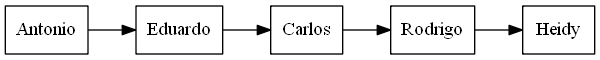
Above: imagenes/postorden.png in RoberttHernan/EDD_1S2020_PY1_201700870 (Graphviz), before the change. Its source is kept beside it as dot_s/postorden.dot.
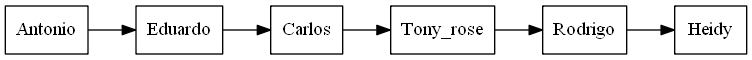
Later version of the same file.

Change to the diagram source:
```diff
@@ -1,5 +1,5 @@
 digraph g {
  rankdir=LR;
  node [shape = record]
-"Antonio"->"Eduardo"->"Carlos"->"Rodrigo"->"Heidy"
+"Antonio"->"Eduardo"->"Carlos"->"Tony_rose"->"Rodrigo"->"Heidy"
 }
```
